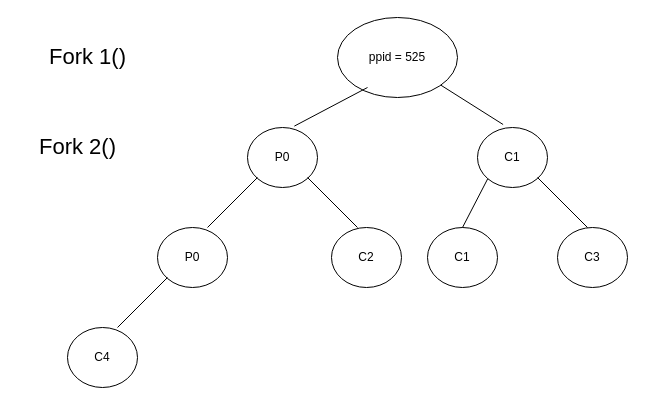
AhmedElamari/Software-design-saved keeps this draw.io diagram as process tree.drawio. Above is the earlier version. Source tidied: cells renumbered, new cells numbered last; positions are measured from the earlier drawing's top-left corner, leaving out a move shared by most shapes. Both pictures are drawn from the tidied source at 100%, with x=0, y=0 at pixel (27, 17).
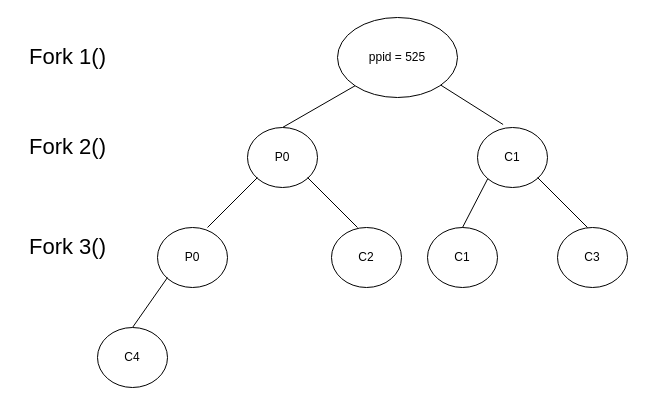
Above is the later version.

Unchanged cells that the change refers to:
```xml
<mxCell id="2" value="ppid = 525" style="ellipse;whiteSpace=wrap;html=1;" parent="1" vertex="1">
  <mxGeometry x="310" width="120" height="80" as="geometry" />
</mxCell>
<mxCell id="6" value="P0" style="ellipse;whiteSpace=wrap;html=1;" parent="1" vertex="1">
  <mxGeometry x="220" y="110" width="70" height="60" as="geometry" />
</mxCell>
```

What changed in the source:
```diff
@@
-    <mxCell id="3" style="endArrow=none;html=1;rounded=0;exitX=0.669;exitY=-0.023;exitDx=0;exitDy=0;exitPerimeter=0;" parent="1" edge="1" source="6">
-      <mxGeometry relative="1" as="geometry">
-        <mxPoint x="340" y="70" as="targetPoint" />
-      </mxGeometry>
+    <mxCell id="3" style="endArrow=none;html=1;rounded=0;exitX=0.5;exitY=0;exitDx=0;exitDy=0;entryX=0;entryY=1;entryDx=0;entryDy=0;" parent="1" edge="1" source="6" target="2">
+      <mxGeometry relative="1" as="geometry" />
     </mxCell>
@@
     <mxCell id="7" value="&lt;font style=&quot;font-size: 22px;&quot;&gt;Fork 1()&lt;/font&gt;" style="text;html=1;align=center;verticalAlign=middle;strokeColor=none;fillColor=none;" parent="1" vertex="1">
-      <mxGeometry x="10" y="20" width="100" height="40" as="geometry" />
+      <mxGeometry x="-10" y="20" width="100" height="40" as="geometry" />
     </mxCell>
     <mxCell id="8" value="&lt;font style=&quot;font-size: 22px;&quot;&gt;Fork 2()&lt;/font&gt;" style="text;html=1;align=center;verticalAlign=middle;strokeColor=none;fillColor=none;" parent="1" vertex="1">
-      <mxGeometry y="110" width="100" height="40" as="geometry" />
+      <mxGeometry x="-10" y="110" width="100" height="40" as="geometry" />
     </mxCell>
@@
-    <mxCell id="17" style="endArrow=none;html=1;rounded=0;" parent="1" edge="1">
+    <mxCell id="17" style="endArrow=none;html=1;rounded=0;exitX=0.5;exitY=0;exitDx=0;exitDy=0;" parent="1" edge="1" source="18">
       <mxGeometry relative="1" as="geometry">
-        <mxPoint x="90" y="310" as="sourcePoint" />
         <mxPoint x="140" y="260" as="targetPoint" />
       </mxGeometry>
     </mxCell>
     <mxCell id="18" value="C4" style="ellipse;whiteSpace=wrap;html=1;" parent="1" vertex="1">
-      <mxGeometry x="40" y="310" width="70" height="60" as="geometry" />
+      <mxGeometry x="70" y="310" width="70" height="60" as="geometry" />
     </mxCell>
+    <mxCell id="19" value="&lt;font style=&quot;font-size: 22px;&quot;&gt;Fork 3()&lt;/font&gt;" style="text;html=1;align=center;verticalAlign=middle;strokeColor=none;fillColor=none;" parent="1" vertex="1">
+      <mxGeometry x="-10" y="210" width="100" height="40" as="geometry" />
+    </mxCell>
```
